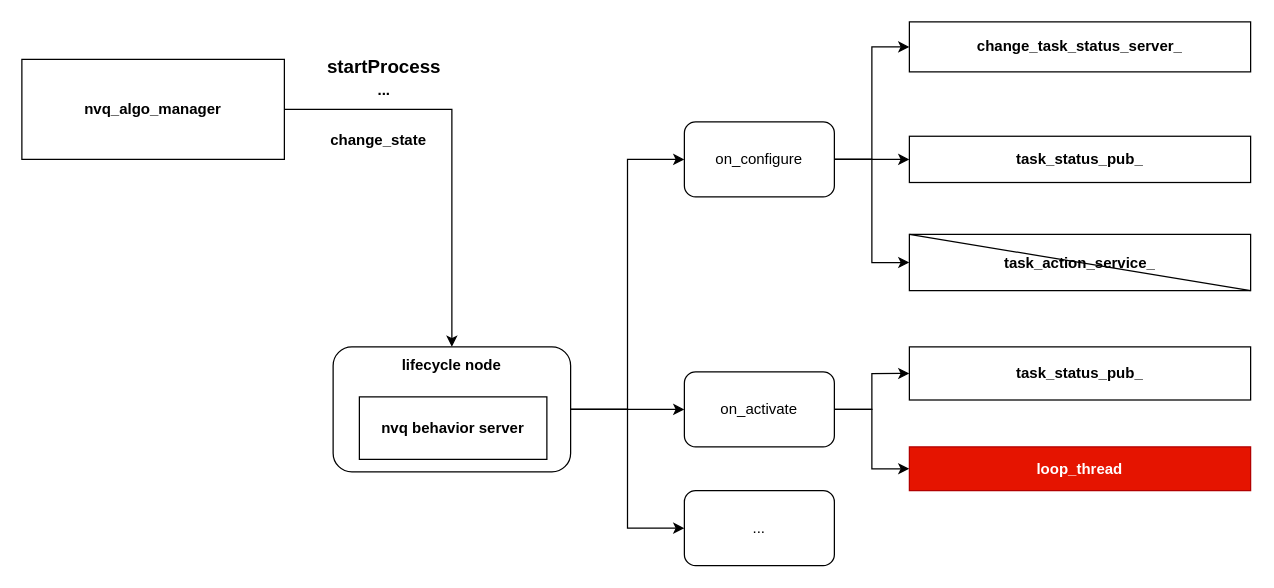
Jev0987/drawioFile keeps this draw.io diagram as page "第 1 页" (1 of 3) of nvq_task_manager架构图.drawio. Above is the earlier version. Source tidied: cells renumbered, new cells numbered last; positions are measured from the earlier drawing's top-left corner, leaving out a move shared by most shapes. Both pictures are drawn from the tidied source at 125%, with x=0, y=0 at pixel (21, 21).
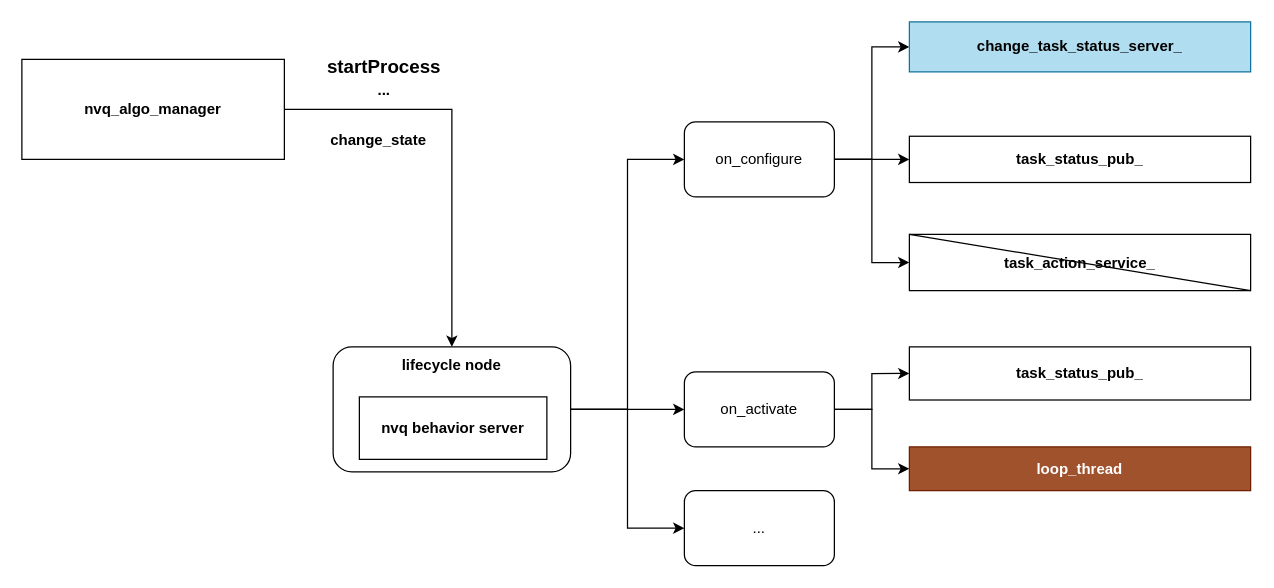
After the change.

Change to the diagram source:
```diff
@@
-    <mxCell id="19" value="change_task_status_server_" style="rounded=0;whiteSpace=wrap;html=1;fontStyle=1;" parent="1" vertex="1">
+    <mxCell id="19" value="change_task_status_server_" style="rounded=0;whiteSpace=wrap;html=1;fontStyle=1;fillColor=#b1ddf0;strokeColor=#10739e;" parent="1" vertex="1">
       <mxGeometry x="710" width="273" height="40" as="geometry" />
     </mxCell>
@@
-    <mxCell id="23" value="loop_thread" style="rounded=0;whiteSpace=wrap;html=1;fontStyle=1;fillColor=#e51400;fontColor=#ffffff;strokeColor=#B20000;" parent="1" vertex="1">
+    <mxCell id="23" value="loop_thread" style="rounded=0;whiteSpace=wrap;html=1;fontStyle=1;fillColor=#a0522d;fontColor=#ffffff;strokeColor=#6D1F00;" parent="1" vertex="1">
       <mxGeometry x="710" y="340" width="273" height="35" as="geometry" />
     </mxCell>
```
